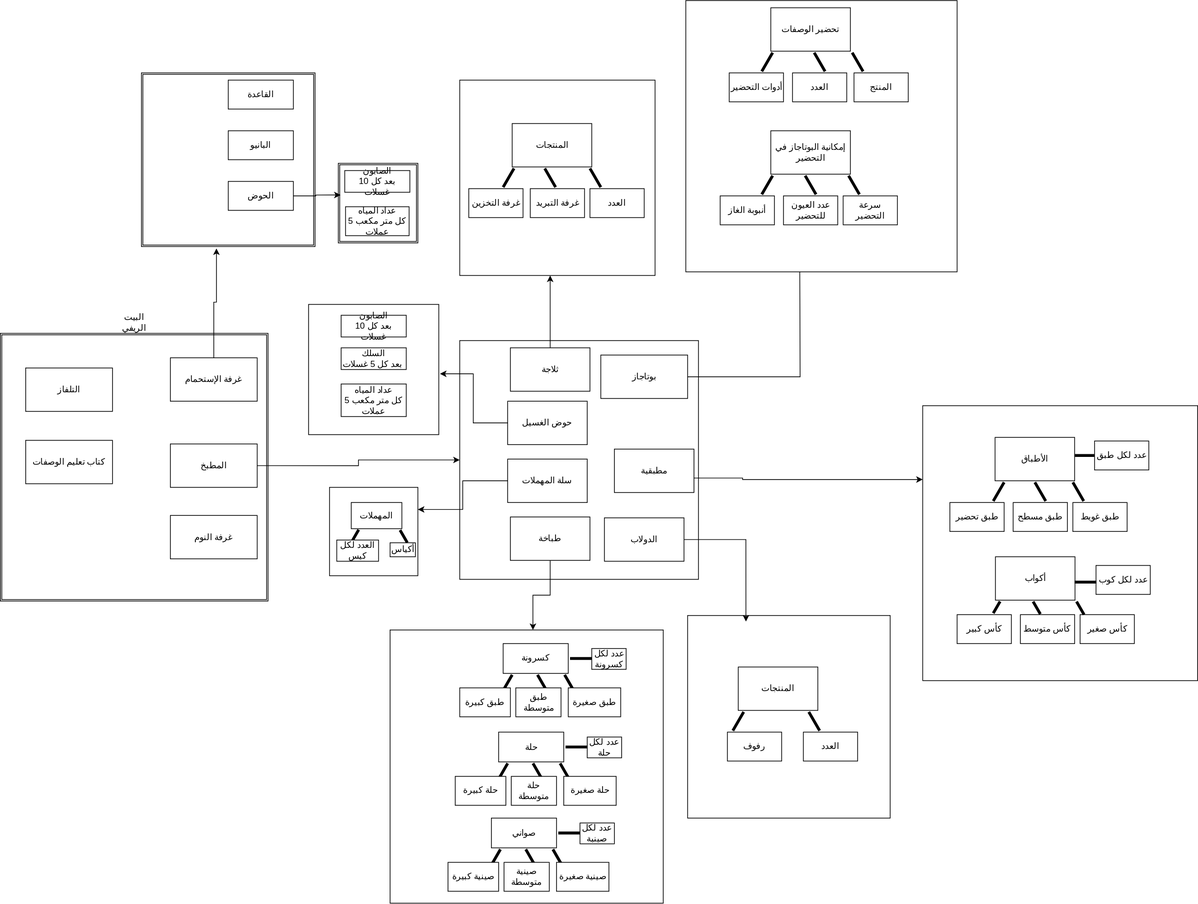
The draw.io diagram بيت الريف.svg in mahmoud-y0usef/chefo-uml, before a commit. Source tidied: cells renumbered, new cells last; positions are measured from the earlier drawing's top-left corner, leaving out a move shared by most shapes.
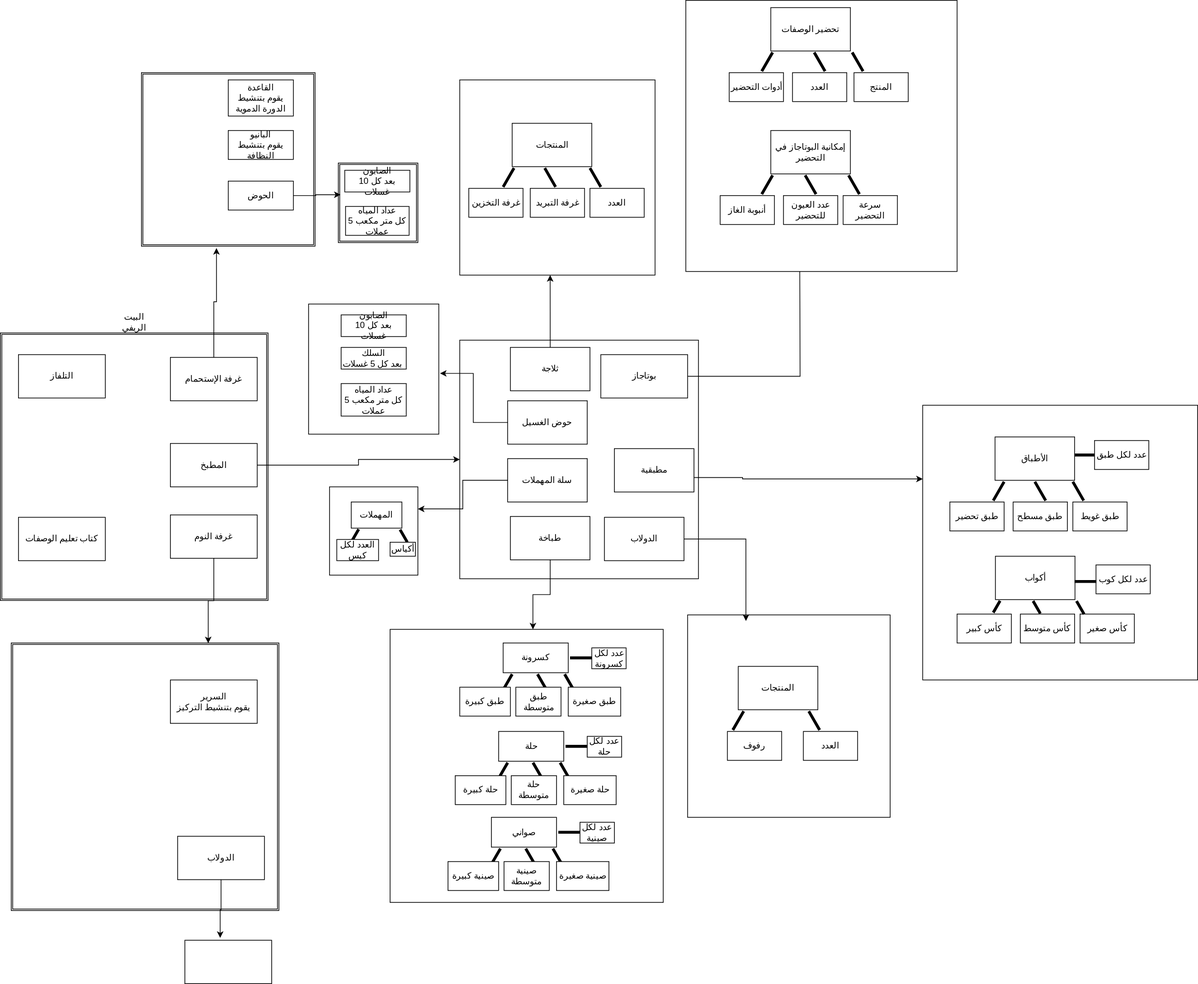
Later version of the same file.

Change to the diagram source:
```diff
@@ -12,7 +12,7 @@
       <mxGeometry x="235" y="493.8" width="120" height="60" as="geometry" />
     </mxCell>
     <mxCell id="5" value="التلفاز" style="rounded=0;whiteSpace=wrap;html=1;labelBackgroundColor=none;" parent="1" vertex="1">
-      <mxGeometry x="35" y="507.9" width="120" height="60" as="geometry" />
+      <mxGeometry x="25" y="490" width="120" height="60" as="geometry" />
     </mxCell>
     <mxCell id="6" style="edgeStyle=orthogonalEdgeStyle;rounded=0;jettySize=auto;html=1;exitX=1;exitY=0.5;exitDx=0;exitDy=0;entryX=0;entryY=0.5;entryDx=0;entryDy=0;labelBackgroundColor=none;fontColor=default;" parent="1" edge="1" source="7" target="10">
       <mxGeometry relative="1" as="geometry" />
@@ -21,7 +21,7 @@
       <mxGeometry x="235" y="612.9" width="120" height="60" as="geometry" />
     </mxCell>
     <mxCell id="8" value="كتاب تعليم الوصفات" style="rounded=0;whiteSpace=wrap;html=1;labelBackgroundColor=none;" parent="1" vertex="1">
-      <mxGeometry x="35" y="607.9" width="120" height="60" as="geometry" />
+      <mxGeometry x="25" y="715" width="120" height="60" as="geometry" />
     </mxCell>
     <mxCell id="9" style="edgeStyle=orthogonalEdgeStyle;rounded=0;orthogonalLoop=1;jettySize=auto;html=1;exitX=0.5;exitY=1;exitDx=0;exitDy=0;labelBackgroundColor=none;fontColor=default;" parent="1" edge="1" source="2" target="2">
       <mxGeometry relative="1" as="geometry" />
@@ -358,10 +358,10 @@
     <mxCell id="115" style="edgeStyle=orthogonalEdgeStyle;rounded=0;jettySize=auto;html=1;exitX=0.5;exitY=0;exitDx=0;exitDy=0;entryX=0.432;entryY=1.011;entryDx=0;entryDy=0;entryPerimeter=0;" parent="1" edge="1" source="4" target="114">
       <mxGeometry relative="1" as="geometry" />
     </mxCell>
-    <mxCell id="116" value="القاعدة" style="rounded=0;whiteSpace=wrap;html=1;labelBackgroundColor=none;" parent="1" vertex="1">
-      <mxGeometry x="315" y="110" width="90" height="40" as="geometry" />
+    <mxCell id="116" value="القاعدة&lt;br&gt;يقوم بتنشيط الدورة الدموية" style="rounded=0;whiteSpace=wrap;html=1;labelBackgroundColor=none;" parent="1" vertex="1">
+      <mxGeometry x="315" y="110" width="90" height="50" as="geometry" />
     </mxCell>
-    <mxCell id="117" value="البانيو" style="rounded=0;whiteSpace=wrap;html=1;labelBackgroundColor=none;" parent="1" vertex="1">
+    <mxCell id="117" value="البانيو&lt;br&gt;يقوم بتنشيط النظافة" style="rounded=0;whiteSpace=wrap;html=1;labelBackgroundColor=none;" parent="1" vertex="1">
       <mxGeometry x="315" y="180" width="90" height="40" as="geometry" />
     </mxCell>
     <mxCell id="118" value="الحوض" style="rounded=0;whiteSpace=wrap;html=1;labelBackgroundColor=none;" parent="1" vertex="1">
@@ -379,5 +379,23 @@
     <mxCell id="122" value="عداد المياه&lt;br&gt;كل متر مكعب 5 عملات" style="rounded=0;whiteSpace=wrap;html=1;labelBackgroundColor=none;" parent="1" vertex="1">
       <mxGeometry x="477.1" y="285" width="87.9" height="40" as="geometry" />
     </mxCell>
+    <mxCell id="123" style="shape=ext;double=1;whiteSpace=wrap;html=1;labelBackgroundColor=none;" parent="1" vertex="1">
+      <mxGeometry x="15" y="888.8" width="370" height="370" as="geometry" />
+    </mxCell>
+    <mxCell id="124" style="edgeStyle=orthogonalEdgeStyle;rounded=0;jettySize=auto;html=1;exitX=0.5;exitY=1;exitDx=0;exitDy=0;entryX=0.736;entryY=0.001;entryDx=0;entryDy=0;entryPerimeter=0;" parent="1" edge="1" source="67" target="123">
+      <mxGeometry relative="1" as="geometry" />
+    </mxCell>
+    <mxCell id="125" value="السرير&lt;br&gt;يقوم بتنشيط التركيز" style="rounded=0;whiteSpace=wrap;html=1;labelBackgroundColor=none;" parent="1" vertex="1">
+      <mxGeometry x="235" y="940" width="120" height="60" as="geometry" />
+    </mxCell>
+    <mxCell id="126" value="الدولاب" style="rounded=0;whiteSpace=wrap;html=1;labelBackgroundColor=none;" parent="1" vertex="1">
+      <mxGeometry x="245" y="1156.2" width="120" height="60" as="geometry" />
+    </mxCell>
+    <mxCell id="127" style="rounded=0;whiteSpace=wrap;html=1;labelBackgroundColor=none;" parent="1" vertex="1">
+      <mxGeometry x="255" y="1300" width="120" height="60" as="geometry" />
+    </mxCell>
+    <mxCell id="128" style="edgeStyle=orthogonalEdgeStyle;rounded=0;jettySize=auto;html=1;exitX=0.5;exitY=1;exitDx=0;exitDy=0;entryX=0.407;entryY=-0.054;entryDx=0;entryDy=0;entryPerimeter=0;" parent="1" edge="1" source="126" target="127">
+      <mxGeometry relative="1" as="geometry" />
+    </mxCell>
   </root>
 </mxGraphModel>
```
